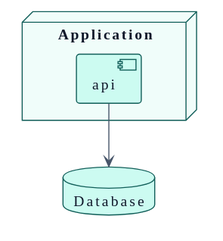
Earlier version of the PlantUML export docs/03-design/deployment/deployment.svg (didactika/kampus).
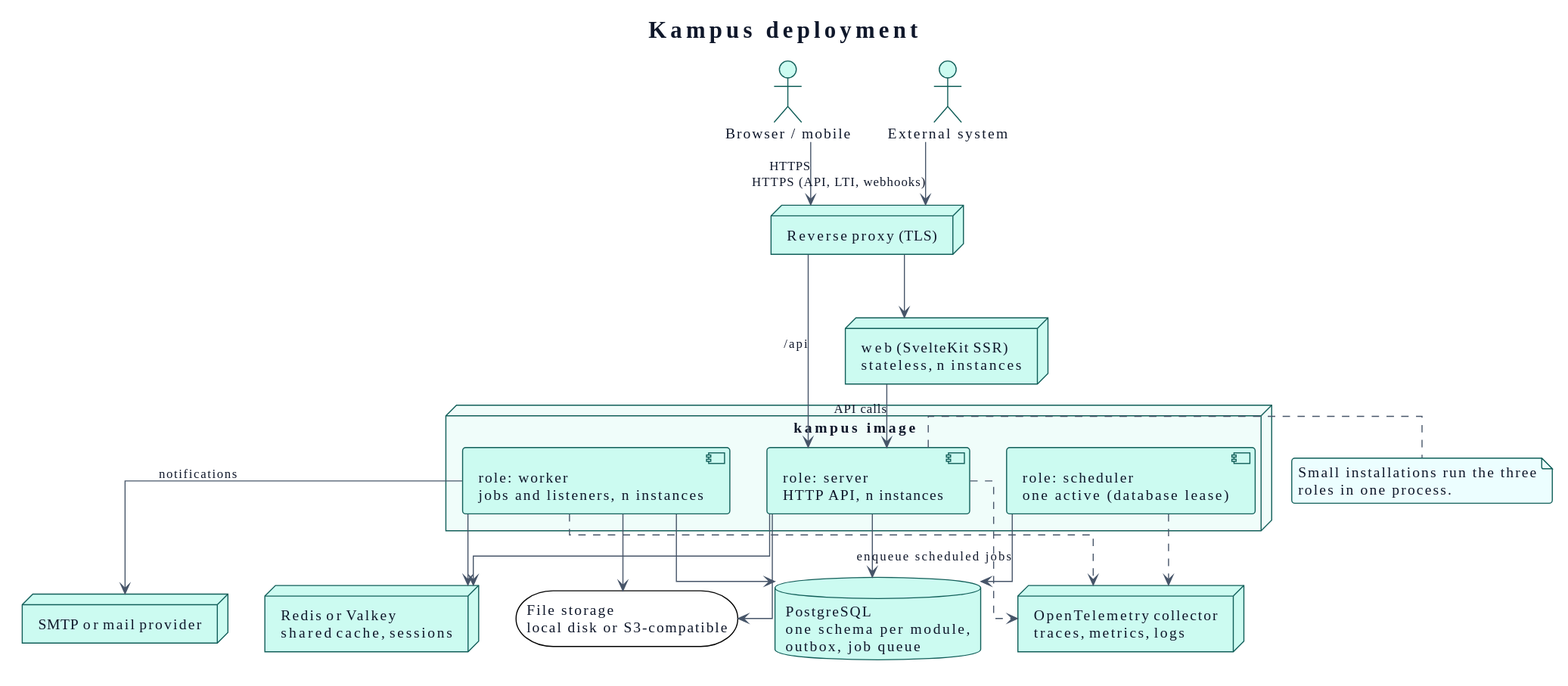
After the commit.

What changed in the source:
```diff
@@ -103,13 +103,47 @@
 hide <<level2>> stereotype
 hide <<level3>> stereotype
 hide <<level4>> stereotype
-skinparam linetype polyline
-top to bottom direction
+skinparam linetype ortho
+title Kampus deployment
 
-node "Application" {
-  component "api"
+actor "Browser / mobile" as user
+actor "External system" as ext
+
+node "Reverse proxy (TLS)" as proxy
+
+node "web (SvelteKit SSR)\nstateless, n instances" as web
+
+node "kampus image" {
+  component "role: server\nHTTP API, n instances" as server
+  component "role: worker\njobs and listeners, n instances" as worker
+  component "role: scheduler\none active (database lease)" as scheduler
 }
-database "Database"
 
-"api" --> "Database"
+database "PostgreSQL\none schema per module,\noutbox, job queue" as pg
+storage "File storage\nlocal disk or S3-compatible" as files
+node "Redis or Valkey\nshared cache, sessions" as cache
+node "OpenTelemetry collector\ntraces, metrics, logs" as otel
+node "SMTP or mail provider" as mail
+
+user --> proxy : HTTPS
+ext --> proxy : HTTPS (API, LTI, webhooks)
+proxy --> web
+proxy --> server : /api
+web --> server : API calls
+server --> pg
+server --> files
+server --> cache
+worker --> pg
+worker --> files
+worker --> cache
+worker --> mail : notifications
+scheduler --> pg : enqueue scheduled jobs
+server ..> otel
+worker ..> otel
+scheduler ..> otel
+
+note right of server
+  Small installations run the three
+  roles in one process.
+end note
 @enduml
```
